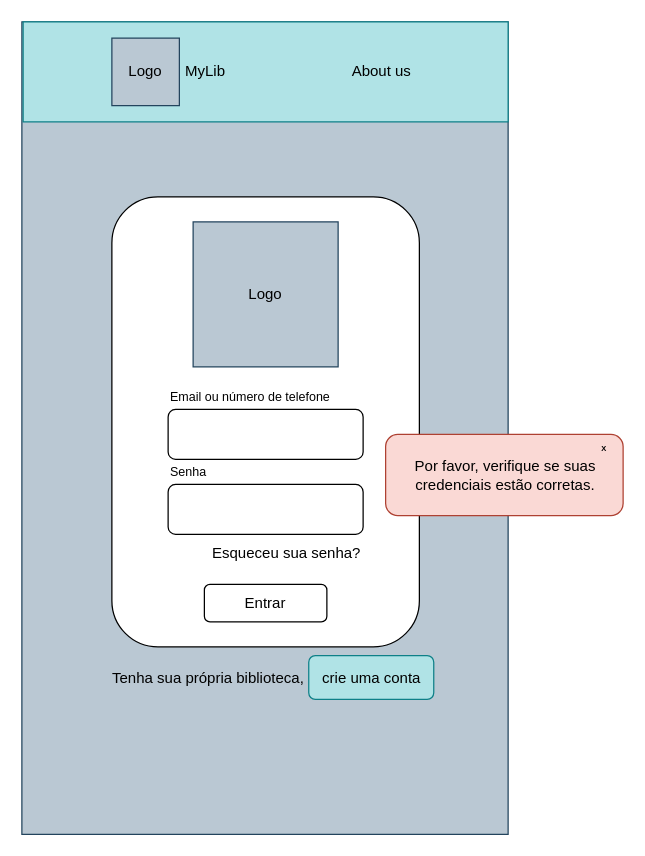
Above: page "Errou a senha ou e-mail" (3 of 26) of Bookshelf.drawio in LeoHMuniz/FrontEnd (draw.io), before the change. Source tidied: cells renumbered, new cells numbered last; positions are measured from the earlier drawing's top-left corner, leaving out a move shared by most shapes. Both pictures are drawn from the tidied source at 125%, with x=0, y=0 at pixel (21, 21).
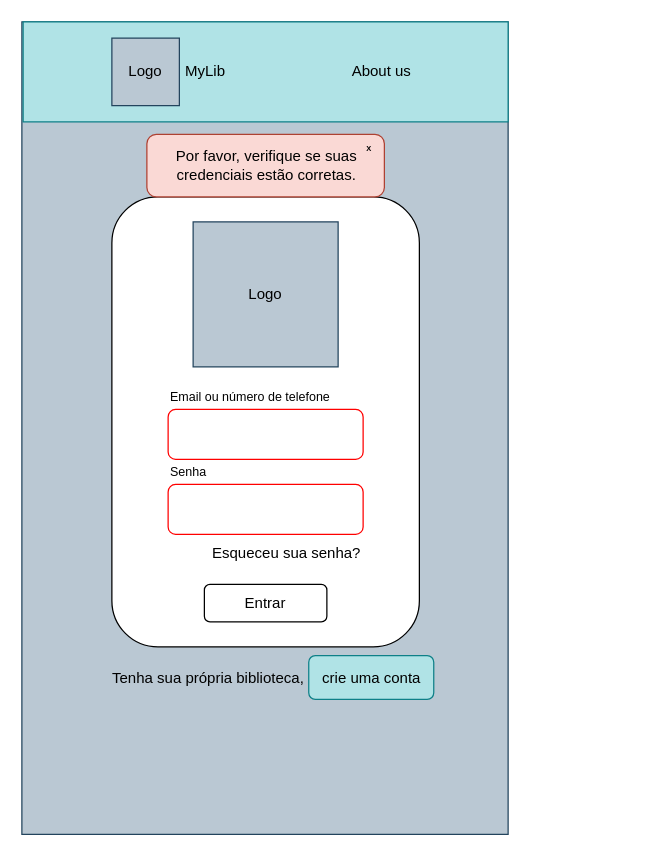
The same page after the edit.

Change to the diagram source:
```diff
@@
 <mxGraphModel>
   <root>
     <mxCell id="0" />
     <mxCell id="1" parent="0" />
     <mxCell id="2" style="rounded=0;whiteSpace=wrap;html=1;fillColor=#bac8d3;strokeColor=#23445d;" parent="1" vertex="1">
       <mxGeometry width="389" height="650" as="geometry" />
     </mxCell>
     <mxCell id="3" style="rounded=1;whiteSpace=wrap;html=1;" parent="1" vertex="1">
       <mxGeometry x="72" y="140" width="246" height="360" as="geometry" />
     </mxCell>
     <mxCell id="4" value="Logo" style="whiteSpace=wrap;html=1;fillColor=#bac8d3;strokeColor=#23445d;" parent="1" vertex="1">
       <mxGeometry x="137" y="160" width="116" height="116" as="geometry" />
     </mxCell>
-    <mxCell id="5" style="rounded=1;whiteSpace=wrap;html=1;fillColor=none;" parent="1" vertex="1">
-      <mxGeometry x="117" y="310" width="156" height="40" as="geometry" />
-    </mxCell>
-    <mxCell id="6" value="&lt;div style=&quot;&quot;&gt;&lt;br&gt;&lt;/div&gt;" style="rounded=1;whiteSpace=wrap;html=1;align=center;fillColor=none;" parent="1" vertex="1">
-      <mxGeometry x="117" y="370" width="156" height="40" as="geometry" />
-    </mxCell>
     <mxCell id="7" style="rounded=0;whiteSpace=wrap;html=1;fillColor=#b0e3e6;strokeColor=#0e8088;" parent="1" vertex="1">
       <mxGeometry x="1" width="388" height="80" as="geometry" />
     </mxCell>
     <mxCell id="8" value="About us" style="text;html=1;strokeColor=none;fillColor=none;align=center;verticalAlign=middle;whiteSpace=wrap;rounded=0;" parent="1" vertex="1">
       <mxGeometry x="258" y="25" width="60" height="30" as="geometry" />
     </mxCell>
     <mxCell id="9" value="Esqueceu sua senha?" style="text;html=1;strokeColor=none;fillColor=none;align=center;verticalAlign=middle;whiteSpace=wrap;rounded=0;" parent="1" vertex="1">
       <mxGeometry x="151" y="410" width="122" height="30" as="geometry" />
     </mxCell>
     <mxCell id="10" value="Tenha sua própria biblioteca,&amp;nbsp;" style="text;html=1;strokeColor=none;fillColor=none;align=center;verticalAlign=middle;whiteSpace=wrap;rounded=0;" parent="1" vertex="1">
       <mxGeometry x="60.5" y="510" width="180" height="30" as="geometry" />
     </mxCell>
     <mxCell id="11" value="crie uma conta" style="rounded=1;whiteSpace=wrap;html=1;fillColor=#b0e3e6;strokeColor=#0e8088;" parent="1" vertex="1">
       <mxGeometry x="229.5" y="507" width="100" height="35" as="geometry" />
     </mxCell>
     <mxCell id="12" value="Logo" style="whiteSpace=wrap;html=1;fillColor=#bac8d3;strokeColor=#23445d;" parent="1" vertex="1">
       <mxGeometry x="72" y="13" width="54" height="54" as="geometry" />
     </mxCell>
     <mxCell id="13" value="MyLib" style="text;html=1;strokeColor=none;fillColor=none;align=center;verticalAlign=middle;whiteSpace=wrap;rounded=0;" parent="1" vertex="1">
       <mxGeometry x="102" y="25" width="90" height="30" as="geometry" />
     </mxCell>
     <mxCell id="14" value="&lt;div style=&quot;&quot;&gt;&lt;span style=&quot;background-color: initial;&quot;&gt;Entrar&lt;/span&gt;&lt;/div&gt;" style="rounded=1;whiteSpace=wrap;html=1;align=center;fillColor=none;" parent="1" vertex="1">
       <mxGeometry x="146" y="450" width="98" height="30" as="geometry" />
     </mxCell>
     <mxCell id="15" value="&lt;div style=&quot;text-align: center;&quot;&gt;&lt;span style=&quot;background-color: initial;&quot;&gt;Por favor, verifique se suas credenciais estão corretas.&lt;/span&gt;&lt;/div&gt;" style="rounded=1;whiteSpace=wrap;html=1;fillColor=#fad9d5;strokeColor=#ae4132;align=left;" parent="1" vertex="1">
-      <mxGeometry x="291" y="330" width="190" height="65" as="geometry" />
+      <mxGeometry x="100" y="90" width="190" height="50" as="geometry" />
     </mxCell>
     <mxCell id="16" value="&lt;font style=&quot;font-size: 6px;&quot;&gt;&lt;b&gt;X&lt;/b&gt;&lt;/font&gt;" style="triangle;whiteSpace=wrap;html=1;fillColor=none;strokeColor=none;" parent="1" vertex="1">
-      <mxGeometry x="461" y="330" width="10" height="20" as="geometry" />
+      <mxGeometry x="273" y="90" width="10" height="20" as="geometry" />
     </mxCell>
     <mxCell id="17" value="Email ou número de telefone" style="text;html=1;strokeColor=none;fillColor=none;align=left;verticalAlign=middle;whiteSpace=wrap;rounded=0;fontSize=10;" parent="1" vertex="1">
       <mxGeometry x="117" y="290" width="170" height="20" as="geometry" />
     </mxCell>
     <mxCell id="18" value="Senha" style="text;html=1;strokeColor=none;fillColor=none;align=left;verticalAlign=middle;whiteSpace=wrap;rounded=0;fontSize=10;" parent="1" vertex="1">
       <mxGeometry x="117" y="350" width="170" height="20" as="geometry" />
     </mxCell>
+    <mxCell id="19" value="&lt;div style=&quot;&quot;&gt;&lt;br&gt;&lt;/div&gt;" style="rounded=1;whiteSpace=wrap;html=1;align=center;fillColor=none;strokeColor=#ff0000;" parent="1" vertex="1">
+      <mxGeometry x="117" y="370" width="156" height="40" as="geometry" />
+    </mxCell>
+    <mxCell id="20" value="&lt;div style=&quot;&quot;&gt;&lt;br&gt;&lt;/div&gt;" style="rounded=1;whiteSpace=wrap;html=1;align=center;fillColor=none;strokeColor=#ff0000;" parent="1" vertex="1">
+      <mxGeometry x="117" y="310" width="156" height="40" as="geometry" />
+    </mxCell>
   </root>
 </mxGraphModel>
```
